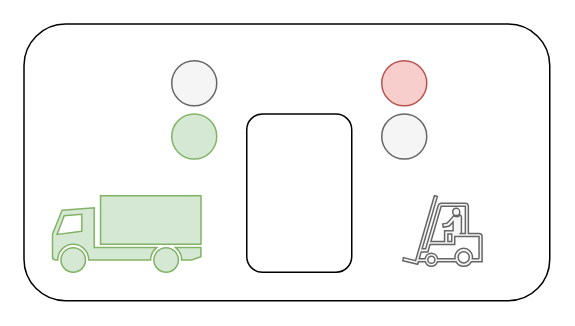
G1Tech/youTubeStream keeps this draw.io diagram as ramp.drawio. Above is the earlier version. Source tidied: cells renumbered, new cells numbered last; positions are measured from the earlier drawing's top-left corner, leaving out a move shared by most shapes. Both pictures are drawn from the tidied source at 150%, with x=0, y=0 at pixel (24, 24).
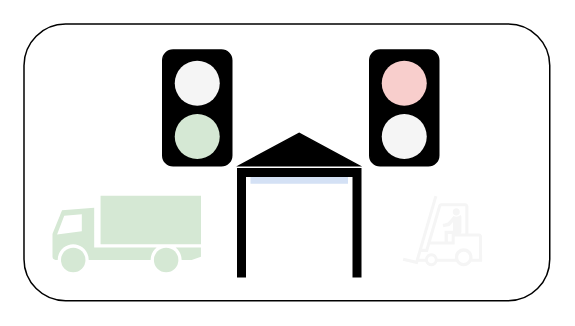
After the change.

Change to the diagram source:
```diff
@@
 <mxGraphModel>
   <root>
     <mxCell id="0" />
     <mxCell id="1" parent="0" />
+    <mxCell id="10" style="rounded=0;whiteSpace=wrap;html=1;strokeWidth=1;fillColor=#D4E1F5;strokeColor=none;" parent="1" vertex="1">
+      <mxGeometry x="150.5" y="96" width="65" height="10" as="geometry" />
+    </mxCell>
-    <mxCell id="2" style="rounded=1;whiteSpace=wrap;html=1;" parent="1" vertex="1">
+    <mxCell id="2" style="rounded=1;whiteSpace=wrap;html=1;fillColor=none;" parent="1" vertex="1">
       <mxGeometry x="-0.5" y="-0.5" width="350.5" height="184.5" as="geometry" />
     </mxCell>
-    <mxCell id="3" style="rounded=1;whiteSpace=wrap;html=1;" parent="1" vertex="1">
-      <mxGeometry x="148" y="59.5" width="70" height="105.5" as="geometry" />
-    </mxCell>
+    <mxCell id="11" style="strokeWidth=6;html=1;shape=mxgraph.flowchart.annotation_1;align=left;rotation=90;" parent="1" vertex="1">
+      <mxGeometry x="148" y="95" width="70" height="77" as="geometry" />
+    </mxCell>
+    <mxCell id="12" style="rounded=1;whiteSpace=wrap;html=1;fillColor=#000000;" parent="1" vertex="1">
+      <mxGeometry x="230" y="16.8" width="46" height="77.2" as="geometry" />
+    </mxCell>
+    <mxCell id="13" style="rounded=1;whiteSpace=wrap;html=1;fillColor=#000000;" parent="1" vertex="1">
+      <mxGeometry x="92" y="16.8" width="46" height="77.2" as="geometry" />
+    </mxCell>
-    <mxCell id="4" style="shape=mxgraph.signs.transportation.truck_1;html=1;fillColor=#d5e8d4;strokeColor=#82b366;verticalLabelPosition=bottom;verticalAlign=top;align=center;" parent="1" vertex="1">
+    <mxCell id="4" style="shape=mxgraph.signs.transportation.truck_1;html=1;fillColor=#d5e8d4;verticalLabelPosition=bottom;verticalAlign=top;align=center;strokeColor=none;" parent="1" vertex="1">
       <mxGeometry x="18.5" y="114" width="99" height="51" as="geometry" />
     </mxCell>
-    <mxCell id="5" style="shape=mxgraph.signs.transportation.forklift;html=1;verticalLabelPosition=bottom;verticalAlign=top;align=center;fillColor=#f5f5f5;strokeColor=#666666;fontColor=#333333;" parent="1" vertex="1">
+    <mxCell id="5" style="shape=mxgraph.signs.transportation.forklift;html=1;verticalLabelPosition=bottom;verticalAlign=top;align=center;fillColor=#f5f5f5;fontColor=#333333;strokeColor=none;" parent="1" vertex="1">
       <mxGeometry x="252" y="114" width="52.9" height="47" as="geometry" />
     </mxCell>
-    <mxCell id="6" style="ellipse;whiteSpace=wrap;html=1;fillColor=#f5f5f5;strokeColor=#666666;fontColor=#333333;" parent="1" vertex="1">
-      <mxGeometry x="98" y="24" width="30" height="30" as="geometry" />
+    <mxCell id="6" style="ellipse;whiteSpace=wrap;html=1;fillColor=#f5f5f5;fontColor=#333333;strokeColor=none;" parent="1" vertex="1">
+      <mxGeometry x="100" y="24" width="30" height="30" as="geometry" />
     </mxCell>
-    <mxCell id="7" style="ellipse;whiteSpace=wrap;html=1;fillColor=#d5e8d4;strokeColor=#82b366;" parent="1" vertex="1">
-      <mxGeometry x="98" y="59.5" width="30" height="30" as="geometry" />
+    <mxCell id="7" style="ellipse;whiteSpace=wrap;html=1;fillColor=#d5e8d4;strokeColor=none;" parent="1" vertex="1">
+      <mxGeometry x="100" y="59.5" width="30" height="30" as="geometry" />
     </mxCell>
-    <mxCell id="8" style="ellipse;whiteSpace=wrap;html=1;fillColor=#f8cecc;strokeColor=#b85450;" parent="1" vertex="1">
+    <mxCell id="8" style="ellipse;whiteSpace=wrap;html=1;fillColor=#f8cecc;strokeColor=none;" parent="1" vertex="1">
       <mxGeometry x="238" y="24" width="30" height="30" as="geometry" />
     </mxCell>
-    <mxCell id="9" style="ellipse;whiteSpace=wrap;html=1;fillColor=#f5f5f5;strokeColor=#666666;fontColor=#333333;" parent="1" vertex="1">
+    <mxCell id="9" style="ellipse;whiteSpace=wrap;html=1;fillColor=#f5f5f5;fontColor=#333333;strokeColor=none;" parent="1" vertex="1">
       <mxGeometry x="238" y="59.5" width="30" height="30" as="geometry" />
     </mxCell>
+    <mxCell id="14" style="triangle;whiteSpace=wrap;html=1;strokeColor=#000000;rotation=-90;fillColor=#000000;" parent="1" vertex="1">
+      <mxGeometry x="172.2" y="43.2" width="21.5" height="80" as="geometry" />
+    </mxCell>
+    <mxCell id="15" style="rounded=0;whiteSpace=wrap;html=1;strokeWidth=1;fillColor=none;strokeColor=none;" parent="1" vertex="1">
+      <mxGeometry x="150.5" y="109" width="65" height="10" as="geometry" />
+    </mxCell>
+    <mxCell id="16" style="rounded=0;whiteSpace=wrap;html=1;strokeWidth=1;fillColor=none;strokeColor=none;" parent="1" vertex="1">
+      <mxGeometry x="150.5" y="121.5" width="65" height="10" as="geometry" />
+    </mxCell>
+    <mxCell id="17" style="rounded=0;whiteSpace=wrap;html=1;strokeWidth=1;fillColor=none;strokeColor=none;" parent="1" vertex="1">
+      <mxGeometry x="150.5" y="133.5" width="65" height="10" as="geometry" />
+    </mxCell>
+    <mxCell id="18" style="rounded=0;whiteSpace=wrap;html=1;strokeWidth=1;fillColor=none;strokeColor=none;" parent="1" vertex="1">
+      <mxGeometry x="150.5" y="145.5" width="65" height="10" as="geometry" />
+    </mxCell>
+    <mxCell id="19" style="rounded=0;whiteSpace=wrap;html=1;strokeWidth=1;fillColor=none;strokeColor=none;" parent="1" vertex="1">
+      <mxGeometry x="150.5" y="158" width="65" height="10" as="geometry" />
+    </mxCell>
   </root>
 </mxGraphModel>
```
